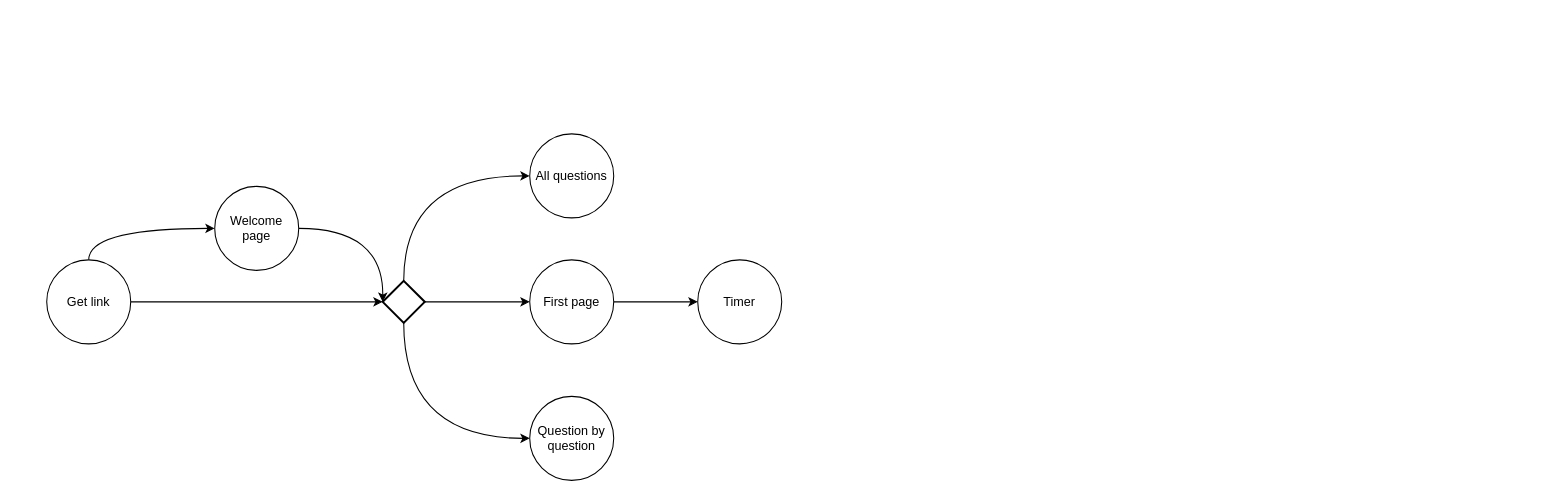
This is Take a survey flow.drawio from olleharstedt/diagrams.net, a draw.io file, before an edit. Source tidied: cells renumbered, new cells numbered last; positions are measured from the earlier drawing's top-left corner, leaving out a move shared by most shapes. Both pictures are drawn from the tidied source at 105%, with x=0, y=0 at pixel (46, 133).
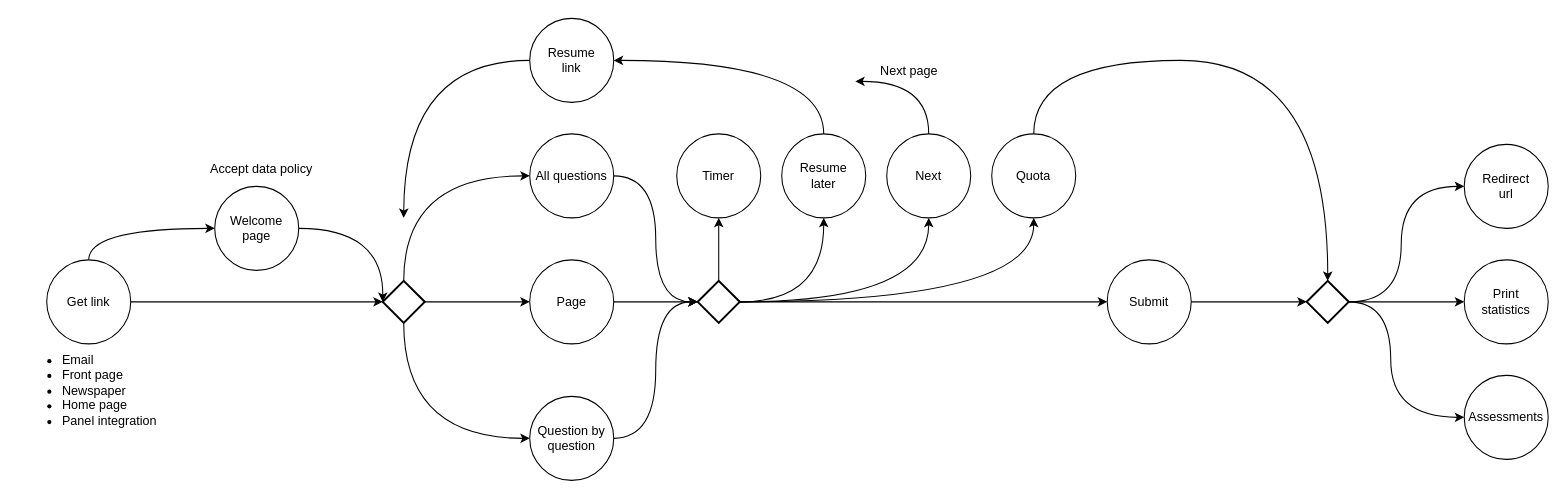
The same diagram, later.

Unchanged cells that the change refers to:
```xml
<mxCell id="10" value="All questions" style="ellipse;whiteSpace=wrap;html=1;" parent="1" vertex="1">
  <mxGeometry x="460" width="80" height="80" as="geometry" />
</mxCell>
<mxCell id="11" value="Question by question" style="ellipse;whiteSpace=wrap;html=1;" parent="1" vertex="1">
  <mxGeometry x="460" y="250" width="80" height="80" as="geometry" />
</mxCell>
```

Change to the diagram source:
```diff
@@
-    <mxCell id="8" style="edgeStyle=orthogonalEdgeStyle;curved=1;jettySize=auto;html=1;" parent="1" edge="1" source="9" target="15">
-      <mxGeometry relative="1" as="geometry" />
+    <mxCell id="8" style="edgeStyle=orthogonalEdgeStyle;curved=1;jettySize=auto;html=1;" parent="1" edge="1" source="9">
+      <mxGeometry relative="1" as="geometry">
+        <mxPoint x="620" y="160" as="targetPoint" />
+      </mxGeometry>
     </mxCell>
-    <mxCell id="9" value="First page" style="ellipse;whiteSpace=wrap;html=1;" parent="1" vertex="1">
+    <mxCell id="9" value="Page" style="ellipse;whiteSpace=wrap;html=1;" parent="1" vertex="1">
       <mxGeometry x="460" y="120" width="80" height="80" as="geometry" />
     </mxCell>
@@
+    <mxCell id="16" style="edgeStyle=orthogonalEdgeStyle;curved=1;jettySize=auto;html=1;entryX=0;entryY=0.5;entryDx=0;entryDy=0;entryPerimeter=0;" parent="1" edge="1" source="11" target="21">
+      <mxGeometry relative="1" as="geometry" />
+    </mxCell>
@@
+    <mxCell id="17" style="edgeStyle=orthogonalEdgeStyle;curved=1;jettySize=auto;html=1;entryX=0.5;entryY=1;entryDx=0;entryDy=0;" parent="1" edge="1" source="21" target="15">
+      <mxGeometry relative="1" as="geometry" />
+    </mxCell>
+    <mxCell id="18" style="edgeStyle=orthogonalEdgeStyle;curved=1;jettySize=auto;html=1;entryX=0.5;entryY=1;entryDx=0;entryDy=0;" parent="1" edge="1" source="21" target="23">
+      <mxGeometry relative="1" as="geometry" />
+    </mxCell>
+    <mxCell id="19" style="edgeStyle=orthogonalEdgeStyle;curved=1;jettySize=auto;html=1;entryX=0.5;entryY=1;entryDx=0;entryDy=0;" parent="1" edge="1" source="21" target="25">
+      <mxGeometry relative="1" as="geometry" />
+    </mxCell>
+    <mxCell id="20" style="edgeStyle=orthogonalEdgeStyle;curved=1;jettySize=auto;html=1;entryX=0;entryY=0.5;entryDx=0;entryDy=0;" parent="1" edge="1" source="21" target="30">
+      <mxGeometry relative="1" as="geometry" />
+    </mxCell>
+    <mxCell id="21" style="strokeWidth=2;html=1;shape=mxgraph.flowchart.decision;whiteSpace=wrap;" parent="1" vertex="1">
+      <mxGeometry x="620" y="140" width="40" height="40" as="geometry" />
+    </mxCell>
     <mxCell id="15" value="Timer" style="ellipse;whiteSpace=wrap;html=1;" parent="1" vertex="1">
-      <mxGeometry x="620" y="120" width="80" height="80" as="geometry" />
+      <mxGeometry x="600" width="80" height="80" as="geometry" />
     </mxCell>
+    <mxCell id="22" style="edgeStyle=orthogonalEdgeStyle;curved=1;jettySize=auto;html=1;" parent="1" edge="1" source="23" target="33">
+      <mxGeometry relative="1" as="geometry">
+        <Array as="points">
+          <mxPoint x="740" y="-70" />
+        </Array>
+      </mxGeometry>
+    </mxCell>
+    <mxCell id="23" value="&lt;div&gt;Resume&lt;/div&gt;&lt;div&gt;later&lt;br&gt;&lt;/div&gt;" style="ellipse;whiteSpace=wrap;html=1;" parent="1" vertex="1">
+      <mxGeometry x="700" width="80" height="80" as="geometry" />
+    </mxCell>
+    <mxCell id="24" style="edgeStyle=orthogonalEdgeStyle;curved=1;jettySize=auto;html=1;exitX=1;exitY=0.5;exitDx=0;exitDy=0;exitPerimeter=0;" parent="1" edge="1" source="21" target="37">
+      <mxGeometry relative="1" as="geometry" />
+    </mxCell>
+    <mxCell id="25" value="Next" style="ellipse;whiteSpace=wrap;html=1;" parent="1" vertex="1">
+      <mxGeometry x="800" width="80" height="80" as="geometry" />
+    </mxCell>
+    <mxCell id="26" style="edgeStyle=orthogonalEdgeStyle;curved=1;jettySize=auto;html=1;exitX=1;exitY=0.5;exitDx=0;exitDy=0;exitPerimeter=0;" parent="1" edge="1" source="42" target="34">
+      <mxGeometry relative="1" as="geometry" />
+    </mxCell>
+    <mxCell id="27" style="edgeStyle=orthogonalEdgeStyle;curved=1;jettySize=auto;html=1;exitX=1;exitY=0.5;exitDx=0;exitDy=0;exitPerimeter=0;" parent="1" edge="1" source="42" target="35">
+      <mxGeometry relative="1" as="geometry">
+        <Array as="points">
+          <mxPoint x="1280" y="160" />
+          <mxPoint x="1280" y="270" />
+        </Array>
+      </mxGeometry>
+    </mxCell>
+    <mxCell id="28" style="edgeStyle=orthogonalEdgeStyle;curved=1;jettySize=auto;html=1;exitX=1;exitY=0.5;exitDx=0;exitDy=0;exitPerimeter=0;" parent="1" edge="1" source="42" target="38">
+      <mxGeometry relative="1" as="geometry">
+        <Array as="points">
+          <mxPoint x="1290" y="160" />
+          <mxPoint x="1290" y="50" />
+        </Array>
+      </mxGeometry>
+    </mxCell>
+    <mxCell id="29" style="edgeStyle=orthogonalEdgeStyle;curved=1;jettySize=auto;html=1;" parent="1" edge="1" source="30" target="42">
+      <mxGeometry relative="1" as="geometry" />
+    </mxCell>
+    <mxCell id="30" value="Submit" style="ellipse;whiteSpace=wrap;html=1;" parent="1" vertex="1">
+      <mxGeometry x="1010" y="120" width="80" height="80" as="geometry" />
+    </mxCell>
+    <mxCell id="31" style="edgeStyle=orthogonalEdgeStyle;curved=1;jettySize=auto;html=1;exitX=1;exitY=0.5;exitDx=0;exitDy=0;entryX=0;entryY=0.5;entryDx=0;entryDy=0;entryPerimeter=0;" parent="1" edge="1" source="10" target="21">
+      <mxGeometry relative="1" as="geometry" />
+    </mxCell>
+    <mxCell id="32" style="edgeStyle=orthogonalEdgeStyle;curved=1;jettySize=auto;html=1;" parent="1" edge="1" source="33">
+      <mxGeometry relative="1" as="geometry">
+        <mxPoint x="340" y="80" as="targetPoint" />
+      </mxGeometry>
+    </mxCell>
+    <mxCell id="33" value="&lt;div&gt;Resume&lt;/div&gt;&lt;div&gt;link&lt;br&gt;&lt;/div&gt;" style="ellipse;whiteSpace=wrap;html=1;" parent="1" vertex="1">
+      <mxGeometry x="460" y="-110" width="80" height="80" as="geometry" />
+    </mxCell>
+    <mxCell id="34" value="&lt;div&gt;Print&lt;/div&gt;&lt;div&gt;statistics&lt;br&gt;&lt;/div&gt;" style="ellipse;whiteSpace=wrap;html=1;" parent="1" vertex="1">
+      <mxGeometry x="1350" y="120" width="80" height="80" as="geometry" />
+    </mxCell>
+    <mxCell id="35" value="Assessments" style="ellipse;whiteSpace=wrap;html=1;" parent="1" vertex="1">
+      <mxGeometry x="1350" y="230" width="80" height="80" as="geometry" />
+    </mxCell>
+    <mxCell id="36" style="edgeStyle=orthogonalEdgeStyle;curved=1;jettySize=auto;html=1;entryX=0.5;entryY=0;entryDx=0;entryDy=0;entryPerimeter=0;exitX=0.5;exitY=0;exitDx=0;exitDy=0;" parent="1" edge="1" source="37" target="42">
+      <mxGeometry relative="1" as="geometry">
+        <Array as="points">
+          <mxPoint x="940" y="-70" />
+          <mxPoint x="1220" y="-70" />
+        </Array>
+      </mxGeometry>
+    </mxCell>
+    <mxCell id="37" value="Quota" style="ellipse;whiteSpace=wrap;html=1;" parent="1" vertex="1">
+      <mxGeometry x="900" width="80" height="80" as="geometry" />
+    </mxCell>
+    <mxCell id="38" value="&lt;div&gt;Redirect&lt;/div&gt;&lt;div&gt;url&lt;br&gt;&lt;/div&gt;" style="ellipse;whiteSpace=wrap;html=1;" parent="1" vertex="1">
+      <mxGeometry x="1350" y="10" width="80" height="80" as="geometry" />
+    </mxCell>
+    <mxCell id="39" value="&lt;ul&gt;&lt;li&gt;Email&lt;/li&gt;&lt;li&gt;Front page&lt;/li&gt;&lt;li&gt;Newspaper&lt;/li&gt;&lt;li&gt;Home page&lt;/li&gt;&lt;li&gt;Panel integration&lt;br&gt;&lt;/li&gt;&lt;/ul&gt;" style="text;html=1;strokeColor=none;fillColor=none;align=left;verticalAlign=top;whiteSpace=wrap;rounded=0;" parent="1" vertex="1">
+      <mxGeometry x="-27.5" y="190" width="135" height="120" as="geometry" />
+    </mxCell>
+    <mxCell id="40" style="edgeStyle=orthogonalEdgeStyle;curved=1;jettySize=auto;html=1;exitX=0.5;exitY=0;exitDx=0;exitDy=0;" parent="1" edge="1" source="25">
+      <mxGeometry relative="1" as="geometry">
+        <mxPoint x="770" y="-50" as="targetPoint" />
+        <Array as="points">
+          <mxPoint x="840" y="-50" />
+        </Array>
+      </mxGeometry>
+    </mxCell>
+    <mxCell id="41" value="Next page" style="text;html=1;strokeColor=none;fillColor=none;align=center;verticalAlign=middle;whiteSpace=wrap;rounded=0;" parent="1" vertex="1">
+      <mxGeometry x="770" y="-70" width="103" height="20" as="geometry" />
+    </mxCell>
+    <mxCell id="42" style="strokeWidth=2;html=1;shape=mxgraph.flowchart.decision;whiteSpace=wrap;" parent="1" vertex="1">
+      <mxGeometry x="1200" y="140" width="40" height="40" as="geometry" />
+    </mxCell>
+    <mxCell id="43" value="Accept data policy" style="text;strokeColor=none;fillColor=none;align=left;verticalAlign=top;spacingLeft=4;spacingRight=4;overflow=hidden;" parent="1" vertex="1">
+      <mxGeometry x="150" y="20" width="130" height="26" as="geometry" />
+    </mxCell>
```
